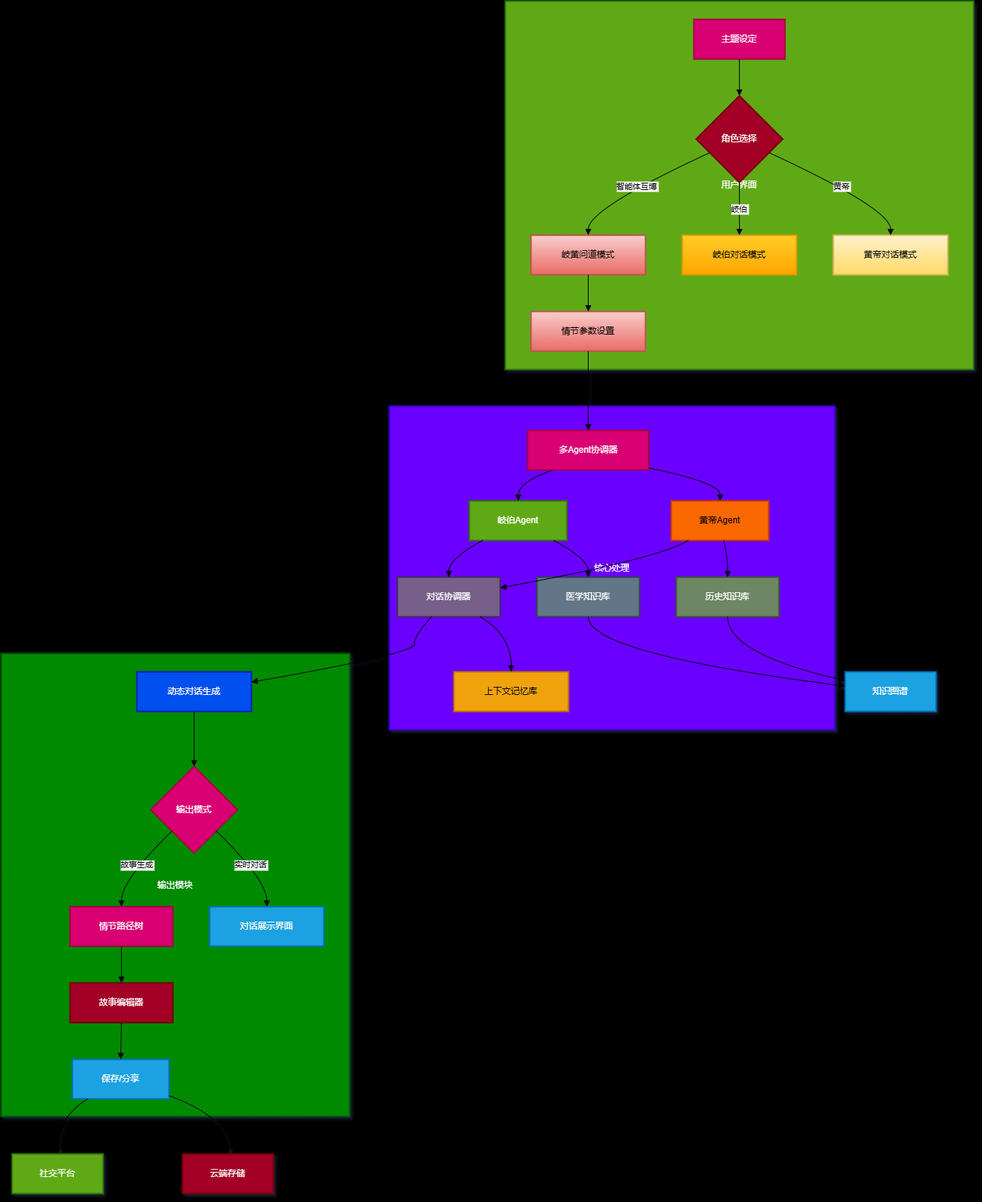
Before: Agent框架图.drawio.png, a diagram exported from draw.io (Mucunshuo/-). Source tidied: cells renumbered, new cells last; positions are measured from the earlier drawing's top-left corner, leaving out a move shared by most shapes.
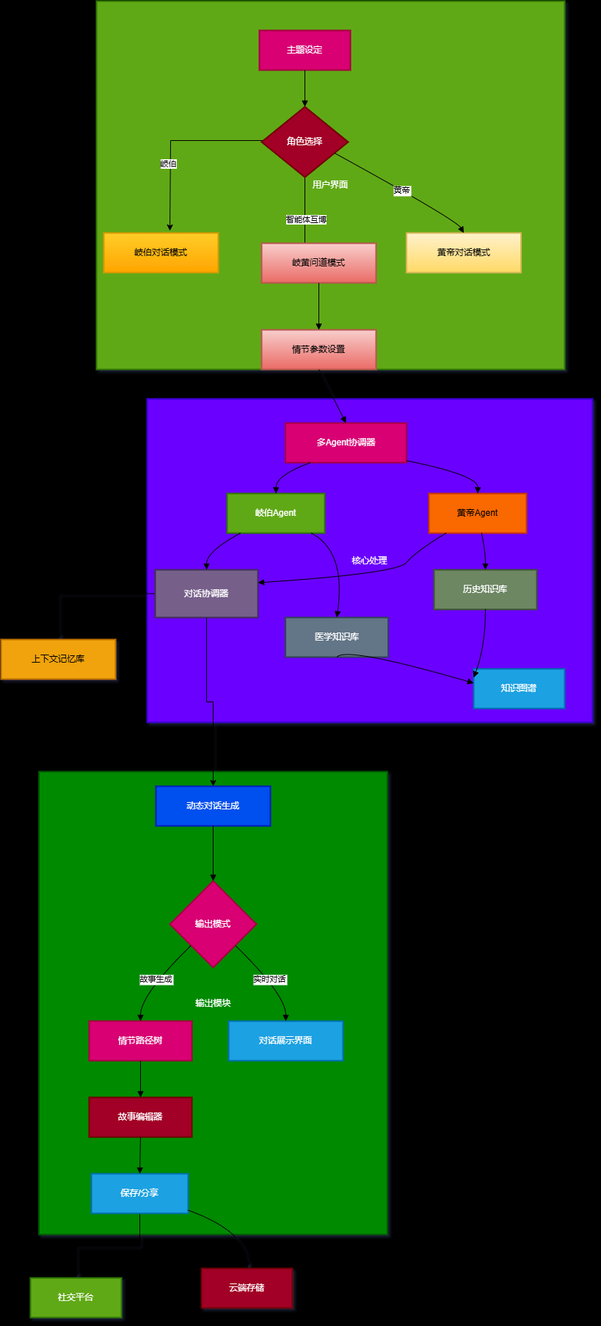
The same diagram one commit later.

Commit message:
更新Agent框架图.drawio.png

What changed in the source:
```diff
@@ -3,31 +3,52 @@
     <mxCell id="0" />
     <mxCell id="1" parent="0" />
     <mxCell id="2" value="输出模块" style="whiteSpace=wrap;strokeWidth=2;fillColor=#008a00;fontColor=#ffffff;strokeColor=#005700;" parent="1" vertex="1">
-      <mxGeometry y="889" width="475" height="631" as="geometry" />
+      <mxGeometry x="381.5" y="1060" width="475" height="631" as="geometry" />
     </mxCell>
     <mxCell id="3" value="核心处理" style="whiteSpace=wrap;strokeWidth=2;fillColor=#6a00ff;fontColor=#ffffff;strokeColor=#3700CC;" parent="1" vertex="1">
       <mxGeometry x="529" y="552" width="607" height="441" as="geometry" />
     </mxCell>
     <mxCell id="4" value="用户界面" style="whiteSpace=wrap;strokeWidth=2;fillColor=#60a917;fontColor=#ffffff;strokeColor=#2D7600;" parent="1" vertex="1">
-      <mxGeometry x="687" width="638" height="502" as="geometry" />
+      <mxGeometry x="460" y="10" width="638" height="502" as="geometry" />
     </mxCell>
     <mxCell id="5" value="主题设定" style="whiteSpace=wrap;strokeWidth=2;fillColor=#d80073;fontColor=#ffffff;strokeColor=#A50040;" parent="1" vertex="1">
-      <mxGeometry x="944" y="25" width="124" height="54" as="geometry" />
+      <mxGeometry x="682" y="50" width="124" height="54" as="geometry" />
     </mxCell>
+    <mxCell id="50" style="edgeStyle=orthogonalEdgeStyle;rounded=0;jettySize=auto;html=1;" parent="1" edge="1" source="6">
+      <mxGeometry relative="1" as="geometry">
+        <mxPoint x="744" y="380" as="targetPoint" />
+      </mxGeometry>
+    </mxCell>
+    <mxCell id="30" value="智能体互博" style="edgeLabel;html=1;align=center;verticalAlign=middle;" parent="50" vertex="1">
+      <mxGeometry x="-0.12" y="1" relative="1" as="geometry" />
+    </mxCell>
+    <mxCell id="51" style="edgeStyle=orthogonalEdgeStyle;rounded=0;orthogonalLoop=1;jettySize=auto;html=1;" parent="1" edge="1">
+      <mxGeometry relative="1" as="geometry">
+        <mxPoint x="697" y="199" as="sourcePoint" />
+        <mxPoint x="560" y="323" as="targetPoint" />
+        <Array as="points">
+          <mxPoint x="697" y="200" />
+          <mxPoint x="561" y="200" />
+        </Array>
+      </mxGeometry>
+    </mxCell>
+    <mxCell id="29" value="岐伯" style="edgeLabel;html=1;align=center;verticalAlign=middle;" parent="51" vertex="1">
+      <mxGeometry x="0.3" y="-3" relative="1" as="geometry" />
+    </mxCell>
     <mxCell id="6" value="角色选择" style="rhombus;strokeWidth=2;whiteSpace=wrap;fillColor=#a20025;fontColor=#ffffff;strokeColor=#6F0000;" parent="1" vertex="1">
-      <mxGeometry x="947" y="129" width="118" height="118" as="geometry" />
+      <mxGeometry x="685" y="154" width="118" height="96" as="geometry" />
     </mxCell>
     <mxCell id="7" value="黄帝对话模式" style="whiteSpace=wrap;strokeWidth=2;fillColor=#fff2cc;gradientColor=#ffd966;strokeColor=#d6b656;" parent="1" vertex="1">
-      <mxGeometry x="1134" y="319" width="156" height="54" as="geometry" />
+      <mxGeometry x="882.5" y="326" width="156" height="54" as="geometry" />
     </mxCell>
     <mxCell id="8" value="岐伯对话模式" style="whiteSpace=wrap;strokeWidth=2;fillColor=#ffcd28;gradientColor=#ffa500;strokeColor=#d79b00;" parent="1" vertex="1">
-      <mxGeometry x="928" y="319" width="156" height="54" as="geometry" />
+      <mxGeometry x="470" y="326" width="156" height="54" as="geometry" />
     </mxCell>
     <mxCell id="9" value="岐黄问道模式" style="whiteSpace=wrap;strokeWidth=2;fillColor=#f8cecc;strokeColor=#b85450;gradientColor=#ea6b66;" parent="1" vertex="1">
-      <mxGeometry x="722" y="319" width="156" height="54" as="geometry" />
+      <mxGeometry x="685" y="340" width="156" height="54" as="geometry" />
     </mxCell>
     <mxCell id="10" value="情节参数设置" style="whiteSpace=wrap;strokeWidth=2;fillColor=#f8cecc;gradientColor=#ea6b66;strokeColor=#b85450;" parent="1" vertex="1">
-      <mxGeometry x="722" y="423" width="156" height="54" as="geometry" />
+      <mxGeometry x="685" y="458" width="156" height="54" as="geometry" />
     </mxCell>
     <mxCell id="11" value="多Agent协调器" style="whiteSpace=wrap;strokeWidth=2;fillColor=#d80073;strokeColor=#A50040;fontColor=#ffffff;" parent="1" vertex="1">
       <mxGeometry x="717.5" y="585" width="165" height="54" as="geometry" />
@@ -42,40 +63,49 @@
       <mxGeometry x="920" y="785" width="140" height="54" as="geometry" />
     </mxCell>
     <mxCell id="15" value="医学知识库" style="whiteSpace=wrap;strokeWidth=2;fillColor=#647687;fontColor=#ffffff;strokeColor=#314354;" parent="1" vertex="1">
-      <mxGeometry x="730" y="785" width="140" height="54" as="geometry" />
+      <mxGeometry x="717.5" y="850" width="140" height="54" as="geometry" />
     </mxCell>
+    <mxCell id="40" style="edgeStyle=orthogonalEdgeStyle;rounded=0;jettySize=auto;html=1;" parent="1" edge="1" source="16" target="18">
+      <mxGeometry relative="1" as="geometry" />
+    </mxCell>
+    <mxCell id="39" style="edgeStyle=orthogonalEdgeStyle;rounded=0;jettySize=auto;html=1;" parent="1" edge="1" source="16" target="17">
+      <mxGeometry relative="1" as="geometry" />
+    </mxCell>
     <mxCell id="16" value="对话协调器" style="whiteSpace=wrap;strokeWidth=2;fillColor=#76608a;fontColor=#ffffff;strokeColor=#432D57;" parent="1" vertex="1">
-      <mxGeometry x="540" y="785" width="140" height="54" as="geometry" />
+      <mxGeometry x="540" y="785" width="140" height="65" as="geometry" />
     </mxCell>
     <mxCell id="17" value="上下文记忆库" style="whiteSpace=wrap;strokeWidth=2;fillColor=#f0a30a;fontColor=#000000;strokeColor=#BD7000;" parent="1" vertex="1">
-      <mxGeometry x="617" y="914" width="156" height="54" as="geometry" />
+      <mxGeometry x="330" y="880" width="156" height="54" as="geometry" />
     </mxCell>
     <mxCell id="18" value="动态对话生成" style="whiteSpace=wrap;strokeWidth=2;fillColor=#0050ef;fontColor=#ffffff;strokeColor=#001DBC;" parent="1" vertex="1">
-      <mxGeometry x="185" y="914" width="156" height="54" as="geometry" />
+      <mxGeometry x="541" y="1080" width="156" height="54" as="geometry" />
     </mxCell>
     <mxCell id="19" value="输出模式" style="rhombus;strokeWidth=2;whiteSpace=wrap;fillColor=#d80073;fontColor=#ffffff;strokeColor=#A50040;" parent="1" vertex="1">
-      <mxGeometry x="204" y="1043" width="118" height="118" as="geometry" />
+      <mxGeometry x="560" y="1209" width="118" height="118" as="geometry" />
     </mxCell>
     <mxCell id="20" value="对话展示界面" style="whiteSpace=wrap;strokeWidth=2;fillColor=#1ba1e2;fontColor=#ffffff;strokeColor=#006EAF;" parent="1" vertex="1">
-      <mxGeometry x="284" y="1234" width="156" height="54" as="geometry" />
+      <mxGeometry x="640" y="1400" width="156" height="54" as="geometry" />
     </mxCell>
     <mxCell id="21" value="情节路径树" style="whiteSpace=wrap;strokeWidth=2;fillColor=#d80073;fontColor=#ffffff;strokeColor=#A50040;" parent="1" vertex="1">
-      <mxGeometry x="94" y="1234" width="140" height="54" as="geometry" />
+      <mxGeometry x="450" y="1400" width="140" height="54" as="geometry" />
     </mxCell>
     <mxCell id="22" value="故事编辑器" style="whiteSpace=wrap;strokeWidth=2;fillColor=#a20025;fontColor=#ffffff;strokeColor=#6F0000;" parent="1" vertex="1">
-      <mxGeometry x="94" y="1338" width="140" height="54" as="geometry" />
+      <mxGeometry x="450" y="1504" width="140" height="54" as="geometry" />
     </mxCell>
+    <mxCell id="47" style="edgeStyle=orthogonalEdgeStyle;rounded=0;jettySize=auto;html=1;" parent="1" edge="1" source="23" target="25">
+      <mxGeometry relative="1" as="geometry" />
+    </mxCell>
     <mxCell id="23" value="保存/分享" style="whiteSpace=wrap;strokeWidth=2;fillColor=#1ba1e2;fontColor=#ffffff;strokeColor=#006EAF;" parent="1" vertex="1">
-      <mxGeometry x="97" y="1442" width="132" height="54" as="geometry" />
+      <mxGeometry x="453" y="1608" width="132" height="54" as="geometry" />
     </mxCell>
     <mxCell id="24" value="云端存储" style="whiteSpace=wrap;strokeWidth=2;fillColor=#a20025;fontColor=#ffffff;strokeColor=#6F0000;" parent="1" vertex="1">
-      <mxGeometry x="247" y="1571" width="124" height="54" as="geometry" />
+      <mxGeometry x="603" y="1737" width="124" height="54" as="geometry" />
     </mxCell>
     <mxCell id="25" value="社交平台" style="whiteSpace=wrap;strokeWidth=2;fillColor=#60a917;fontColor=#ffffff;strokeColor=#2D7600;" parent="1" vertex="1">
-      <mxGeometry x="15" y="1571" width="124" height="54" as="geometry" />
+      <mxGeometry x="370" y="1750" width="124" height="54" as="geometry" />
     </mxCell>
     <mxCell id="26" value="知识图谱" style="whiteSpace=wrap;strokeWidth=2;fillColor=#1ba1e2;fontColor=#ffffff;strokeColor=#006EAF;" parent="1" vertex="1">
-      <mxGeometry x="1150" y="914" width="124" height="54" as="geometry" />
+      <mxGeometry x="974" y="920" width="124" height="54" as="geometry" />
     </mxCell>
     <mxCell id="27" style="curved=1;startArrow=none;endArrow=block;exitX=0.5;exitY=1;entryX=0.5;entryY=0;rounded=0;" parent="1" edge="1" source="5" target="6">
       <mxGeometry relative="1" as="geometry" />
@@ -83,20 +113,10 @@
     <mxCell id="28" value="黄帝" style="curved=1;startArrow=none;endArrow=block;exitX=1;exitY=0.73;entryX=0.5;entryY=0.01;rounded=0;" parent="1" edge="1" source="6" target="7">
       <mxGeometry relative="1" as="geometry">
         <Array as="points">
-          <mxPoint x="1212" y="283" />
+          <mxPoint x="950" y="308" />
         </Array>
       </mxGeometry>
     </mxCell>
-    <mxCell id="29" value="岐伯" style="curved=1;startArrow=none;endArrow=block;exitX=0.5;exitY=1;entryX=0.5;entryY=0.01;rounded=0;" parent="1" edge="1" source="6" target="8">
-      <mxGeometry relative="1" as="geometry" />
-    </mxCell>
-    <mxCell id="30" value="智能体互博" style="curved=1;startArrow=none;endArrow=block;exitX=0;exitY=0.73;entryX=0.5;entryY=0.01;rounded=0;" parent="1" edge="1" source="6" target="9">
-      <mxGeometry relative="1" as="geometry">
-        <Array as="points">
-          <mxPoint x="800" y="283" />
-        </Array>
-      </mxGeometry>
-    </mxCell>
     <mxCell id="31" style="curved=1;startArrow=none;endArrow=block;exitX=0.5;exitY=1.01;entryX=0.5;entryY=0.01;rounded=0;" parent="1" edge="1" source="9" target="10">
       <mxGeometry relative="1" as="geometry" />
     </mxCell>
@@ -135,6 +155,7 @@
       <mxGeometry relative="1" as="geometry">
         <Array as="points">
           <mxPoint x="895" y="760" />
+          <mxPoint x="870" y="790" />
         </Array>
       </mxGeometry>
     </mxCell>
@@ -145,35 +166,20 @@
         </Array>
       </mxGeometry>
     </mxCell>
-    <mxCell id="39" style="curved=1;startArrow=none;endArrow=block;exitX=0.81;exitY=1.01;entryX=0.5;entryY=0.01;rounded=0;" parent="1" edge="1" source="16" target="17">
-      <mxGeometry relative="1" as="geometry">
-        <Array as="points">
-          <mxPoint x="695" y="864" />
-        </Array>
-      </mxGeometry>
-    </mxCell>
-    <mxCell id="40" style="curved=1;startArrow=none;endArrow=block;exitX=0.33;exitY=1.01;entryX=1;entryY=0.26;rounded=0;" parent="1" edge="1" source="16" target="18">
-      <mxGeometry relative="1" as="geometry">
-        <Array as="points">
-          <mxPoint x="563" y="864" />
-          <mxPoint x="563" y="889" />
-        </Array>
-      </mxGeometry>
-    </mxCell>
     <mxCell id="41" style="curved=1;startArrow=none;endArrow=block;exitX=0.5;exitY=1.01;entryX=0.5;entryY=0;rounded=0;" parent="1" edge="1" source="18" target="19">
       <mxGeometry relative="1" as="geometry" />
     </mxCell>
     <mxCell id="42" value="实时对话" style="curved=1;startArrow=none;endArrow=block;exitX=1;exitY=0.98;entryX=0.5;entryY=0;rounded=0;" parent="1" edge="1" source="19" target="20">
       <mxGeometry relative="1" as="geometry">
         <Array as="points">
-          <mxPoint x="362" y="1198" />
+          <mxPoint x="718" y="1364" />
         </Array>
       </mxGeometry>
     </mxCell>
     <mxCell id="43" value="故事生成" style="curved=1;startArrow=none;endArrow=block;exitX=0;exitY=0.98;entryX=0.5;entryY=0;rounded=0;" parent="1" edge="1" source="19" target="21">
       <mxGeometry relative="1" as="geometry">
         <Array as="points">
-          <mxPoint x="164" y="1198" />
+          <mxPoint x="520" y="1364" />
         </Array>
       </mxGeometry>
     </mxCell>
@@ -186,17 +192,10 @@
     <mxCell id="46" style="curved=1;startArrow=none;endArrow=block;exitX=1.01;exitY=0.93;entryX=0.5;entryY=0;rounded=0;" parent="1" edge="1" source="23" target="24">
       <mxGeometry relative="1" as="geometry">
         <Array as="points">
-          <mxPoint x="309" y="1521" />
+          <mxPoint x="665" y="1687" />
         </Array>
       </mxGeometry>
     </mxCell>
-    <mxCell id="47" style="curved=1;startArrow=none;endArrow=block;exitX=0.16;exitY=1;entryX=0.5;entryY=0;rounded=0;" parent="1" edge="1" source="23" target="25">
-      <mxGeometry relative="1" as="geometry">
-        <Array as="points">
-          <mxPoint x="77" y="1521" />
-        </Array>
-      </mxGeometry>
-    </mxCell>
     <mxCell id="48" style="curved=1;startArrow=none;endArrow=block;exitX=0.5;exitY=1.01;entryX=0;entryY=0.22;rounded=0;" parent="1" edge="1" source="14" target="26">
       <mxGeometry relative="1" as="geometry">
         <Array as="points">
```
